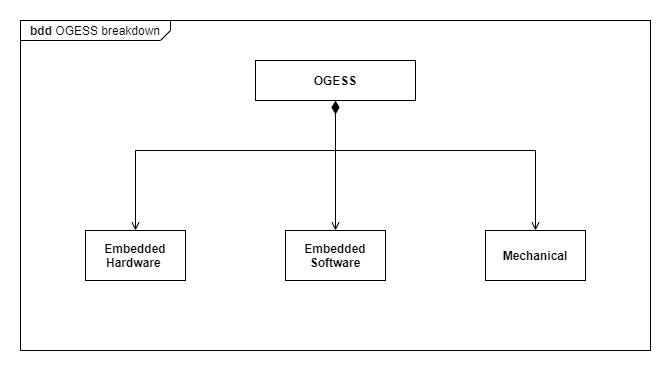
Namavoor/documents keeps this draw.io diagram as doc_images/OGESS breakdown.drawio.png. Above is the earlier version. Source tidied: cells renumbered, new cells last; positions are measured from the earlier drawing's top-left corner, leaving out a move shared by most shapes.
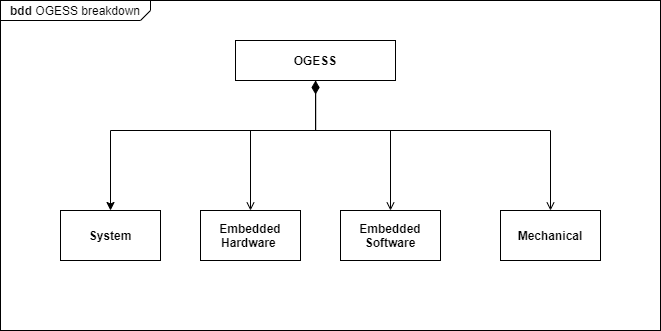
After the change.

Commit message:
Added System to the OGESS structure and added "DCto block diagram

Change to the diagram source:
```diff
@@ -3,38 +3,54 @@
     <mxCell id="0" />
     <mxCell id="1" parent="0" />
     <mxCell id="2" value="&lt;p style=&quot;margin:0px;margin-top:4px;margin-left:10px;text-align:left;&quot;&gt;&lt;b&gt;bdd&lt;/b&gt;&amp;nbsp;OGESS breakdown&lt;/p&gt;" style="html=1;shape=mxgraph.sysml.package;labelX=150.09;align=left;spacingLeft=10;overflow=fill;" parent="1" vertex="1">
-      <mxGeometry width="630" height="330" as="geometry" />
+      <mxGeometry width="660" height="330" as="geometry" />
     </mxCell>
     <mxCell id="3" style="edgeStyle=orthogonalEdgeStyle;rounded=0;jettySize=auto;html=1;entryX=0.5;entryY=0;entryDx=0;entryDy=0;startArrow=diamondThin;startFill=1;sourcePerimeterSpacing=0;startSize=11;endArrow=open;endFill=0;" parent="2" edge="1" source="6" target="7">
       <mxGeometry relative="1" as="geometry">
         <Array as="points">
           <mxPoint x="315" y="130" />
-          <mxPoint x="115" y="130" />
+          <mxPoint x="250" y="130" />
         </Array>
       </mxGeometry>
     </mxCell>
     <mxCell id="4" style="edgeStyle=orthogonalEdgeStyle;rounded=0;jettySize=auto;html=1;endArrow=open;endFill=0;" parent="2" edge="1" source="6" target="8">
-      <mxGeometry relative="1" as="geometry" />
+      <mxGeometry relative="1" as="geometry">
+        <Array as="points">
+          <mxPoint x="315" y="130" />
+          <mxPoint x="390" y="130" />
+        </Array>
+      </mxGeometry>
     </mxCell>
     <mxCell id="5" style="edgeStyle=orthogonalEdgeStyle;rounded=0;jettySize=auto;html=1;endArrow=open;endFill=0;" parent="2" edge="1" source="6" target="9">
       <mxGeometry relative="1" as="geometry">
         <Array as="points">
           <mxPoint x="315" y="130" />
-          <mxPoint x="515" y="130" />
+          <mxPoint x="550" y="130" />
         </Array>
       </mxGeometry>
     </mxCell>
+    <mxCell id="10" style="edgeStyle=orthogonalEdgeStyle;html=1;rounded=0;" parent="2" edge="1" source="6" target="11">
+      <mxGeometry relative="1" as="geometry">
+        <Array as="points">
+          <mxPoint x="315" y="130" />
+          <mxPoint x="110" y="130" />
+        </Array>
+      </mxGeometry>
+    </mxCell>
     <mxCell id="6" value="OGESS" style="strokeColor=inherit;fillColor=inherit;gradientColor=inherit;shape=rect;fontStyle=1;html=1;whiteSpace=wrap;align=center;" parent="2" vertex="1">
       <mxGeometry x="235" y="40" width="160" height="40" as="geometry" />
     </mxCell>
     <mxCell id="7" value="Embedded Hardware&amp;nbsp;" style="strokeColor=inherit;fillColor=inherit;gradientColor=inherit;shape=rect;fontStyle=1;html=1;whiteSpace=wrap;align=center;" parent="2" vertex="1">
-      <mxGeometry x="65" y="210" width="100" height="50" as="geometry" />
+      <mxGeometry x="200" y="210" width="100" height="50" as="geometry" />
     </mxCell>
     <mxCell id="8" value="Embedded Software" style="strokeColor=inherit;fillColor=inherit;gradientColor=inherit;shape=rect;fontStyle=1;html=1;whiteSpace=wrap;align=center;" parent="2" vertex="1">
-      <mxGeometry x="265" y="210" width="100" height="50" as="geometry" />
+      <mxGeometry x="340" y="210" width="100" height="50" as="geometry" />
     </mxCell>
     <mxCell id="9" value="Mechanical" style="strokeColor=inherit;fillColor=inherit;gradientColor=inherit;shape=rect;fontStyle=1;html=1;whiteSpace=wrap;align=center;" parent="2" vertex="1">
-      <mxGeometry x="465" y="210" width="100" height="50" as="geometry" />
+      <mxGeometry x="500" y="210" width="100" height="50" as="geometry" />
     </mxCell>
+    <mxCell id="11" value="System" style="strokeColor=inherit;fillColor=inherit;gradientColor=inherit;shape=rect;fontStyle=1;html=1;whiteSpace=wrap;align=center;" parent="2" vertex="1">
+      <mxGeometry x="60" y="210" width="100" height="50" as="geometry" />
+    </mxCell>
   </root>
 </mxGraphModel>
```
